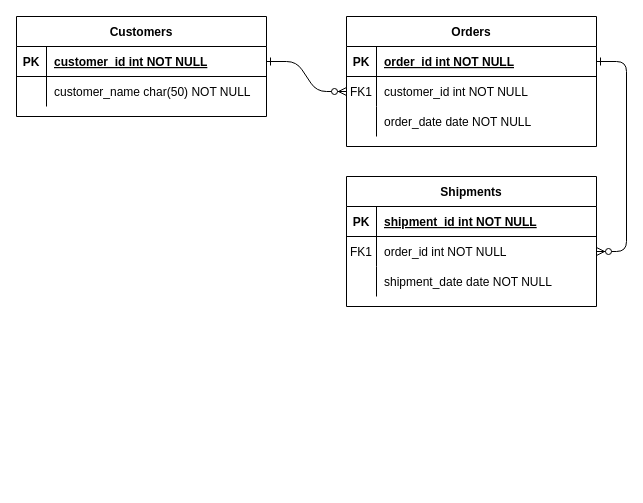
Above: Untitled Diagram.drawio in girlsgotech/Fullstack (draw.io), before the change. Source tidied: cells renumbered, new cells numbered last; positions are measured from the earlier drawing's top-left corner, leaving out a move shared by most shapes. Both pictures are drawn from the tidied source at 100%, with x=0, y=0 at pixel (16, 16).
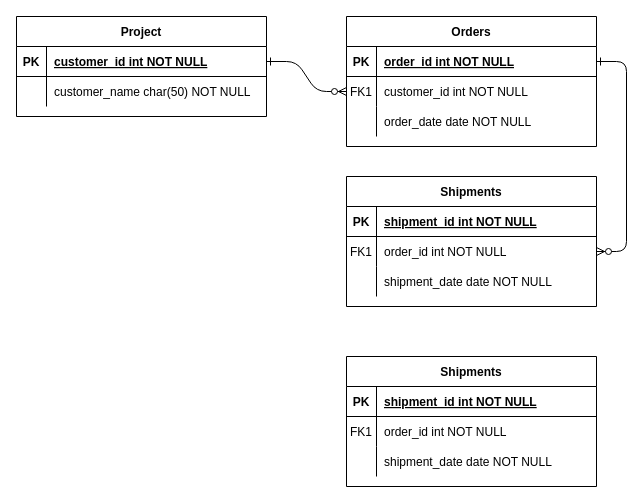
After the change.

Diff of the diagram source:
```diff
@@
-    <mxCell id="24" value="Customers" style="shape=table;startSize=30;childLayout=tableLayout;rowLines=0;fontStyle=1;align=center;" parent="1" vertex="1">
+    <mxCell id="24" value="Project" style="shape=table;startSize=30;childLayout=tableLayout;rowLines=0;fontStyle=1;align=center;" parent="1" vertex="1">
       <mxGeometry width="250" height="100" as="geometry" />
     </mxCell>
@@
+    <mxCell id="31" value="Shipments" style="shape=table;startSize=30;childLayout=tableLayout;rowLines=0;fontStyle=1;align=center;" parent="1" vertex="1">
+      <mxGeometry x="330" y="340" width="250" height="130" as="geometry" />
+    </mxCell>
+    <mxCell id="32" style="shape=partialRectangle;fillColor=none;top=0;left=0;right=0;bottom=1;" parent="31" vertex="1">
+      <mxGeometry y="30" width="250" height="30" as="geometry" />
+    </mxCell>
+    <mxCell id="33" value="PK" style="shape=partialRectangle;overflow=hidden;fillColor=none;top=0;left=0;bottom=0;right=0;fontStyle=1;" parent="32" vertex="1">
+      <mxGeometry width="30" height="30" as="geometry" />
+    </mxCell>
+    <mxCell id="34" value="shipment_id int NOT NULL " style="shape=partialRectangle;overflow=hidden;fillColor=none;top=0;left=0;bottom=0;right=0;align=left;spacingLeft=6;fontStyle=5;" parent="32" vertex="1">
+      <mxGeometry x="30" width="220" height="30" as="geometry" />
+    </mxCell>
+    <mxCell id="35" style="shape=partialRectangle;fillColor=none;top=0;left=0;right=0;bottom=0;" parent="31" vertex="1">
+      <mxGeometry y="60" width="250" height="30" as="geometry" />
+    </mxCell>
+    <mxCell id="36" value="FK1" style="shape=partialRectangle;overflow=hidden;fillColor=none;top=0;left=0;bottom=0;right=0;" parent="35" vertex="1">
+      <mxGeometry width="30" height="30" as="geometry" />
+    </mxCell>
+    <mxCell id="37" value="order_id int NOT NULL" style="shape=partialRectangle;overflow=hidden;fillColor=none;top=0;left=0;bottom=0;right=0;align=left;spacingLeft=6;" parent="35" vertex="1">
+      <mxGeometry x="30" width="220" height="30" as="geometry" />
+    </mxCell>
+    <mxCell id="38" style="shape=partialRectangle;fillColor=none;top=0;left=0;right=0;bottom=0;" parent="31" vertex="1">
+      <mxGeometry y="90" width="250" height="30" as="geometry" />
+    </mxCell>
+    <mxCell id="39" style="shape=partialRectangle;overflow=hidden;fillColor=none;top=0;left=0;bottom=0;right=0;" parent="38" vertex="1">
+      <mxGeometry width="30" height="30" as="geometry" />
+    </mxCell>
+    <mxCell id="40" value="shipment_date date NOT NULL" style="shape=partialRectangle;overflow=hidden;fillColor=none;top=0;left=0;bottom=0;right=0;align=left;spacingLeft=6;" parent="38" vertex="1">
+      <mxGeometry x="30" width="220" height="30" as="geometry" />
+    </mxCell>
```
